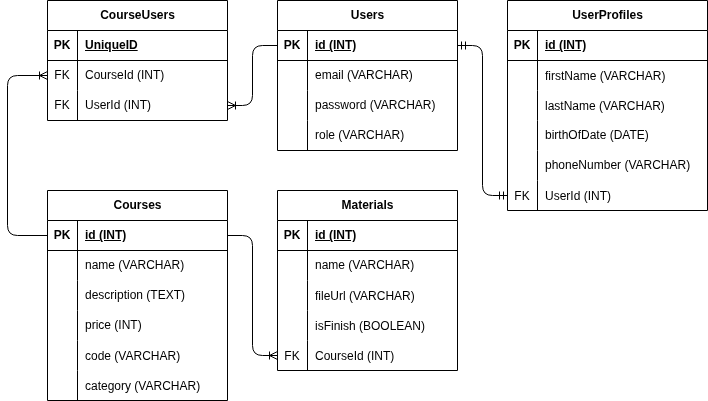
erwindW99/pair-project-education keeps this draw.io diagram as table.drawio.png. Above is the earlier version. Source tidied: cells renumbered, new cells last; positions are measured from the earlier drawing's top-left corner, leaving out a move shared by most shapes.
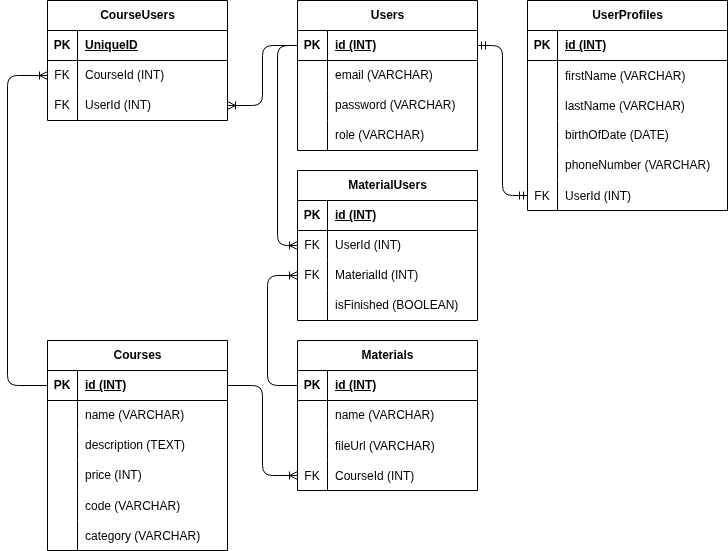
Later version of the same file.

What changed in the source:
```diff
@@ -42,7 +42,7 @@
       <mxGeometry x="30" width="150" height="30" as="geometry" />
     </mxCell>
     <mxCell id="15" value="Courses" style="shape=table;startSize=30;rowLines=0;fontStyle=1;align=center;html=1;" parent="1" vertex="1">
-      <mxGeometry x="40" y="190" width="180" height="210" as="geometry" />
+      <mxGeometry x="20" y="340" width="180" height="210" as="geometry" />
     </mxCell>
     <mxCell id="16" style="shape=tableRow;horizontal=0;startSize=0;swimlaneHead=0;swimlaneBody=0;fillColor=none;points=[[0,0.5],[1,0.5]];portConstraint=eastwest;top=0;left=0;right=0;bottom=1;" parent="15" vertex="1">
       <mxGeometry y="30" width="180" height="30" as="geometry" />
@@ -99,7 +99,7 @@
       <mxGeometry x="30" width="150" height="30" as="geometry" />
     </mxCell>
     <mxCell id="34" value="CourseUsers" style="shape=table;startSize=30;rowLines=0;fontStyle=1;align=center;html=1;" parent="1" vertex="1">
-      <mxGeometry x="40" width="180" height="120" as="geometry" />
+      <mxGeometry x="20" width="180" height="120" as="geometry" />
     </mxCell>
     <mxCell id="35" style="shape=tableRow;horizontal=0;startSize=0;swimlaneHead=0;swimlaneBody=0;fillColor=none;top=0;left=0;right=0;bottom=1;" parent="34" vertex="1">
       <mxGeometry y="30" width="180" height="30" as="geometry" />
@@ -134,8 +134,8 @@
     <mxCell id="45" style="edgeStyle=orthogonalEdgeStyle;fontSize=12;html=1;endArrow=ERoneToMany;entryX=0;entryY=0.5;entryDx=0;entryDy=0;exitX=0;exitY=0.5;exitDx=0;exitDy=0;" parent="1" edge="1" source="16" target="38">
       <mxGeometry relative="1" as="geometry">
         <Array as="points">
-          <mxPoint y="235" />
-          <mxPoint y="75" />
+          <mxPoint x="-20" y="385" />
+          <mxPoint x="-20" y="75" />
         </Array>
       </mxGeometry>
     </mxCell>
@@ -200,7 +200,7 @@
       <mxGeometry relative="1" as="geometry" />
     </mxCell>
     <mxCell id="66" value="Materials" style="shape=table;startSize=30;rowLines=0;fontStyle=1;align=center;html=1;" parent="1" vertex="1">
-      <mxGeometry x="270" y="190" width="180" height="180" as="geometry" />
+      <mxGeometry x="270" y="340" width="180" height="150" as="geometry" />
     </mxCell>
     <mxCell id="67" style="shape=tableRow;horizontal=0;startSize=0;swimlaneHead=0;swimlaneBody=0;fillColor=none;points=[[0,0.5],[1,0.5]];portConstraint=eastwest;top=0;left=0;right=0;bottom=1;" parent="66" vertex="1">
       <mxGeometry y="30" width="180" height="30" as="geometry" />
@@ -229,17 +229,8 @@
     <mxCell id="75" value="fileUrl (VARCHAR)" style="shape=partialRectangle;fillColor=none;top=0;left=0;bottom=0;right=0;align=left;spacingLeft=6;overflow=hidden;" parent="73" vertex="1">
       <mxGeometry x="30" width="150" height="30" as="geometry" />
     </mxCell>
-    <mxCell id="76" style="shape=tableRow;horizontal=0;startSize=0;swimlaneHead=0;swimlaneBody=0;fillColor=none;top=0;left=0;right=0;bottom=0;" parent="66" vertex="1">
-      <mxGeometry y="120" width="180" height="30" as="geometry" />
-    </mxCell>
-    <mxCell id="77" style="shape=partialRectangle;fillColor=none;top=0;left=0;bottom=0;right=0;overflow=hidden;" parent="76" vertex="1">
-      <mxGeometry width="30" height="30" as="geometry" />
-    </mxCell>
-    <mxCell id="78" value="isFinish (BOOLEAN)" style="shape=partialRectangle;fillColor=none;top=0;left=0;bottom=0;right=0;align=left;spacingLeft=6;overflow=hidden;" parent="76" vertex="1">
-      <mxGeometry x="30" width="150" height="30" as="geometry" />
-    </mxCell>
     <mxCell id="79" style="shape=tableRow;horizontal=0;startSize=0;swimlaneHead=0;swimlaneBody=0;fillColor=none;points=[[0,0.5],[1,0.5]];portConstraint=eastwest;top=0;left=0;right=0;bottom=0;" parent="66" vertex="1">
-      <mxGeometry y="150" width="180" height="30" as="geometry" />
+      <mxGeometry y="120" width="180" height="30" as="geometry" />
     </mxCell>
     <mxCell id="80" value="FK" style="shape=partialRectangle;fillColor=none;top=0;left=0;bottom=0;right=0;overflow=hidden;" parent="79" vertex="1">
       <mxGeometry width="30" height="30" as="geometry" />
@@ -250,5 +241,60 @@
     <mxCell id="82" style="edgeStyle=orthogonalEdgeStyle;fontSize=12;html=1;endArrow=ERoneToMany;entryX=0;entryY=0.5;entryDx=0;entryDy=0;exitX=1;exitY=0.5;exitDx=0;exitDy=0;" parent="1" edge="1" source="16" target="79">
       <mxGeometry relative="1" as="geometry" />
     </mxCell>
+    <mxCell id="83" value="MaterialUsers" style="shape=table;startSize=30;rowLines=0;fontStyle=1;align=center;html=1;" parent="1" vertex="1">
+      <mxGeometry x="270" y="170" width="180" height="150" as="geometry" />
+    </mxCell>
+    <mxCell id="84" style="shape=tableRow;horizontal=0;startSize=0;swimlaneHead=0;swimlaneBody=0;fillColor=none;top=0;left=0;right=0;bottom=1;" parent="83" vertex="1">
+      <mxGeometry y="30" width="180" height="30" as="geometry" />
+    </mxCell>
+    <mxCell id="85" value="PK" style="shape=partialRectangle;fillColor=none;top=0;left=0;bottom=0;right=0;fontStyle=1;overflow=hidden;whiteSpace=wrap;html=1;" parent="84" vertex="1">
+      <mxGeometry width="30" height="30" as="geometry" />
+    </mxCell>
+    <mxCell id="86" value="id (INT)" style="shape=partialRectangle;fillColor=none;top=0;left=0;bottom=0;right=0;align=left;spacingLeft=6;fontStyle=5;overflow=hidden;whiteSpace=wrap;html=1;" parent="84" vertex="1">
+      <mxGeometry x="30" width="150" height="30" as="geometry" />
+    </mxCell>
+    <mxCell id="87" style="shape=tableRow;horizontal=0;startSize=0;swimlaneHead=0;swimlaneBody=0;fillColor=none;points=[[0,0.5],[1,0.5]];portConstraint=eastwest;top=0;left=0;right=0;bottom=0;" parent="83" vertex="1">
+      <mxGeometry y="60" width="180" height="30" as="geometry" />
+    </mxCell>
+    <mxCell id="88" value="FK" style="shape=partialRectangle;fillColor=none;top=0;left=0;bottom=0;right=0;overflow=hidden;whiteSpace=wrap;html=1;" parent="87" vertex="1">
+      <mxGeometry width="30" height="30" as="geometry" />
+    </mxCell>
+    <mxCell id="89" value="UserId (INT)" style="shape=partialRectangle;fillColor=none;top=0;left=0;bottom=0;right=0;align=left;spacingLeft=6;overflow=hidden;whiteSpace=wrap;html=1;" parent="87" vertex="1">
+      <mxGeometry x="30" width="150" height="30" as="geometry" />
+    </mxCell>
+    <mxCell id="90" style="shape=tableRow;horizontal=0;startSize=0;swimlaneHead=0;swimlaneBody=0;fillColor=none;points=[[0,0.5],[1,0.5]];portConstraint=eastwest;top=0;left=0;right=0;bottom=0;" parent="83" vertex="1">
+      <mxGeometry y="90" width="180" height="30" as="geometry" />
+    </mxCell>
+    <mxCell id="91" value="FK" style="shape=partialRectangle;fillColor=none;top=0;left=0;bottom=0;right=0;overflow=hidden;whiteSpace=wrap;html=1;" parent="90" vertex="1">
+      <mxGeometry width="30" height="30" as="geometry" />
+    </mxCell>
+    <mxCell id="92" value="MaterialId (INT)" style="shape=partialRectangle;fillColor=none;top=0;left=0;bottom=0;right=0;align=left;spacingLeft=6;overflow=hidden;whiteSpace=wrap;html=1;" parent="90" vertex="1">
+      <mxGeometry x="30" width="150" height="30" as="geometry" />
+    </mxCell>
+    <mxCell id="76" style="shape=tableRow;horizontal=0;startSize=0;swimlaneHead=0;swimlaneBody=0;fillColor=none;top=0;left=0;right=0;bottom=0;" parent="83" vertex="1">
+      <mxGeometry y="120" width="180" height="30" as="geometry" />
+    </mxCell>
+    <mxCell id="93" style="shape=partialRectangle;fillColor=none;top=0;left=0;bottom=0;right=0;overflow=hidden;whiteSpace=wrap;html=1;" parent="76" vertex="1">
+      <mxGeometry width="30" height="30" as="geometry" />
+    </mxCell>
+    <mxCell id="94" value="isFinished (BOOLEAN)" style="shape=partialRectangle;fillColor=none;top=0;left=0;bottom=0;right=0;align=left;spacingLeft=6;overflow=hidden;whiteSpace=wrap;html=1;" parent="76" vertex="1">
+      <mxGeometry x="30" width="150" height="30" as="geometry" />
+    </mxCell>
+    <mxCell id="95" style="edgeStyle=orthogonalEdgeStyle;fontSize=12;html=1;endArrow=ERoneToMany;entryX=0;entryY=0.5;entryDx=0;entryDy=0;exitX=0;exitY=0.5;exitDx=0;exitDy=0;" parent="1" edge="1" source="3" target="87">
+      <mxGeometry relative="1" as="geometry">
+        <Array as="points">
+          <mxPoint x="250" y="45" />
+          <mxPoint x="250" y="245" />
+        </Array>
+      </mxGeometry>
+    </mxCell>
+    <mxCell id="96" style="edgeStyle=orthogonalEdgeStyle;fontSize=12;html=1;endArrow=ERoneToMany;entryX=0;entryY=0.5;entryDx=0;entryDy=0;exitX=0;exitY=0.5;exitDx=0;exitDy=0;" parent="1" edge="1" source="67" target="90">
+      <mxGeometry relative="1" as="geometry">
+        <Array as="points">
+          <mxPoint x="240" y="385" />
+          <mxPoint x="240" y="275" />
+        </Array>
+      </mxGeometry>
+    </mxCell>
   </root>
 </mxGraphModel>
```
